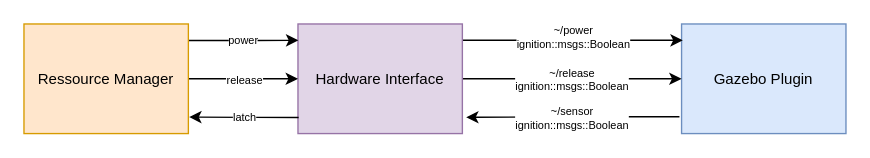
This is diagrams/sa_latch.drawio from Teusner/Forssea_Report, a draw.io file, before an edit. Source tidied: cells renumbered, new cells numbered last; positions are measured from the earlier drawing's top-left corner, leaving out a move shared by most shapes. Both pictures are drawn from the tidied source at 137%, with x=0, y=0 at pixel (23, 23).
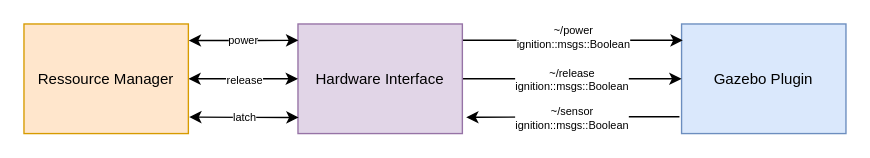
After the change.

Unchanged cells that the change refers to:
```xml
<mxCell id="9" value="Hardware Interface" style="rounded=0;whiteSpace=wrap;html=1;fillColor=#e1d5e7;strokeColor=#9673a6;fontSize=11;" parent="1" vertex="1">
  <mxGeometry x="200" width="120" height="80" as="geometry" />
</mxCell>
<mxCell id="16" value="Ressource Manager" style="rounded=0;whiteSpace=wrap;html=1;fillColor=#ffe6cc;strokeColor=#d79b00;fontSize=11;" parent="1" vertex="1">
  <mxGeometry width="120" height="80" as="geometry" />
</mxCell>
```

Change to the diagram source:
```diff
@@
-    <mxCell id="10" style="edgeStyle=orthogonalEdgeStyle;rounded=0;jettySize=auto;html=1;exitX=1.002;exitY=0.151;exitDx=0;exitDy=0;entryX=0.002;entryY=0.149;entryDx=0;entryDy=0;exitPerimeter=0;entryPerimeter=0;" parent="1" edge="1" source="16" target="9">
+    <mxCell id="10" style="edgeStyle=orthogonalEdgeStyle;rounded=0;jettySize=auto;html=1;exitX=1.002;exitY=0.151;exitDx=0;exitDy=0;entryX=0.002;entryY=0.149;entryDx=0;entryDy=0;exitPerimeter=0;entryPerimeter=0;startArrow=classic;startFill=1;" parent="1" edge="1" source="16" target="9">
       <mxGeometry relative="1" as="geometry" />
     </mxCell>
@@
-    <mxCell id="12" style="edgeStyle=orthogonalEdgeStyle;rounded=0;jettySize=auto;html=1;exitX=1;exitY=0.5;exitDx=0;exitDy=0;entryX=0;entryY=0.5;entryDx=0;entryDy=0;" parent="1" edge="1" source="16" target="9">
+    <mxCell id="12" style="edgeStyle=orthogonalEdgeStyle;rounded=0;jettySize=auto;html=1;exitX=1;exitY=0.5;exitDx=0;exitDy=0;entryX=0;entryY=0.5;entryDx=0;entryDy=0;startArrow=classic;startFill=1;" parent="1" edge="1" source="16" target="9">
       <mxGeometry relative="1" as="geometry" />
     </mxCell>
@@
-    <mxCell id="14" style="edgeStyle=orthogonalEdgeStyle;rounded=0;jettySize=auto;html=1;exitX=0.004;exitY=0.853;exitDx=0;exitDy=0;entryX=1.005;entryY=0.849;entryDx=0;entryDy=0;entryPerimeter=0;exitPerimeter=0;" parent="1" edge="1" source="9" target="16">
+    <mxCell id="14" style="edgeStyle=orthogonalEdgeStyle;rounded=0;jettySize=auto;html=1;exitX=0.004;exitY=0.853;exitDx=0;exitDy=0;entryX=1.005;entryY=0.849;entryDx=0;entryDy=0;entryPerimeter=0;exitPerimeter=0;startArrow=classic;startFill=1;" parent="1" edge="1" source="9" target="16">
       <mxGeometry relative="1" as="geometry" />
     </mxCell>
```
